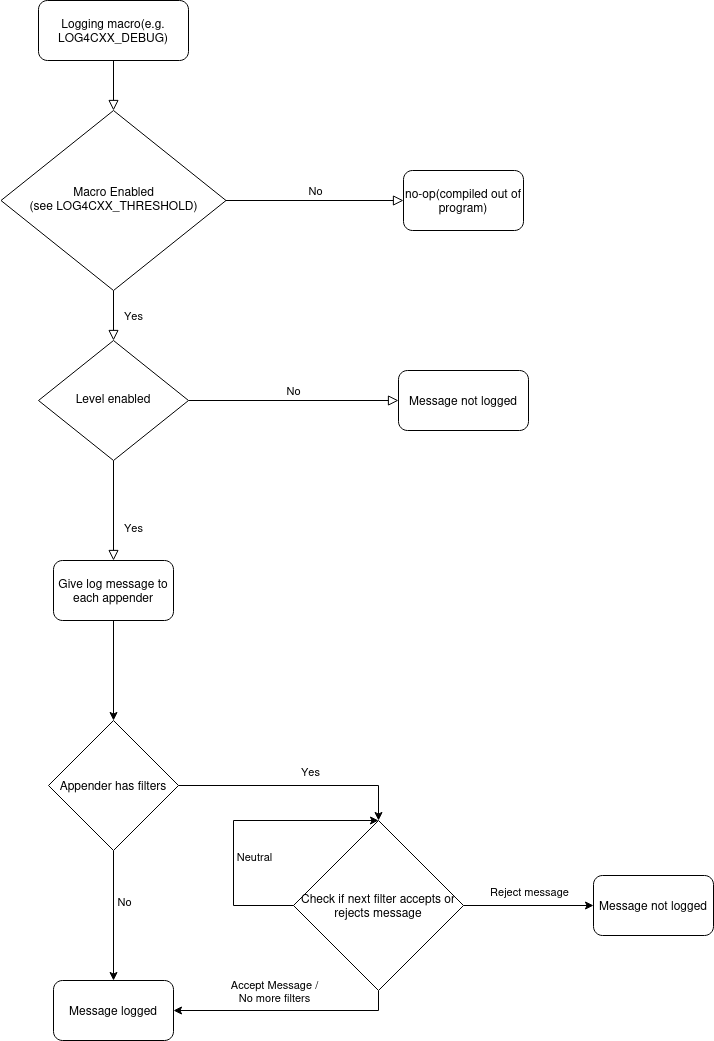
Before: src/site/images/log4cxx-flow.png, a diagram exported from draw.io (apache/logging-log4cxx). Source tidied: cells renumbered, new cells last; positions are measured from the earlier drawing's top-left corner, leaving out a move shared by most shapes.
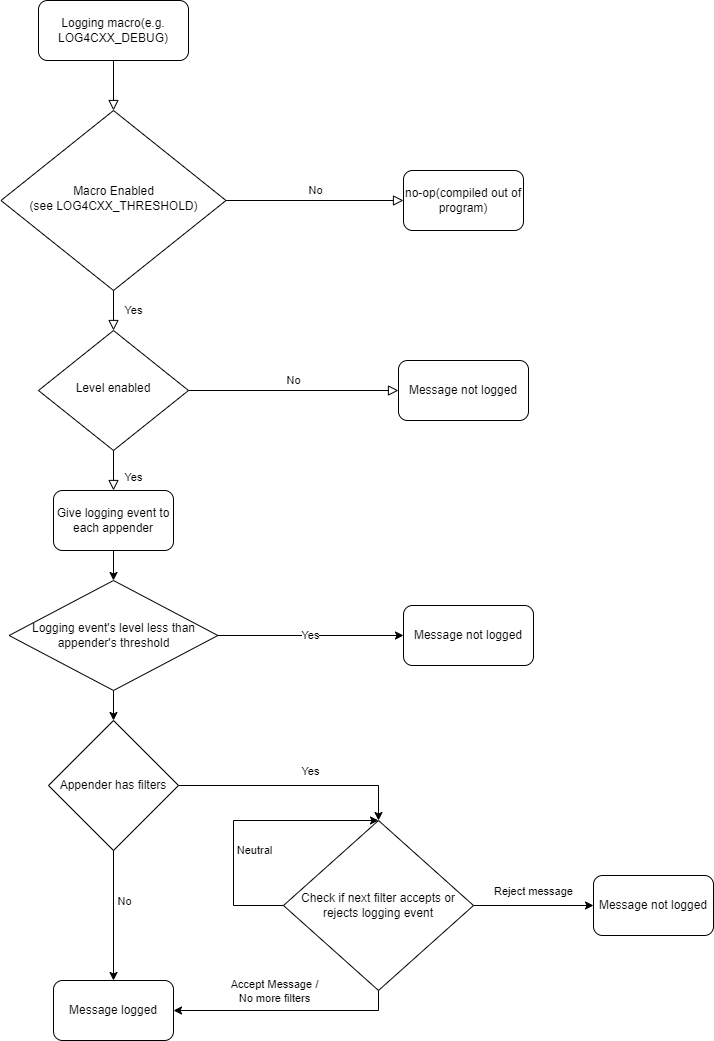
After the commit.

What changed in the source:
```diff
@@ -27,19 +27,19 @@
       <mxGeometry y="10" relative="1" as="geometry" />
     </mxCell>
     <mxCell id="10" value="&lt;div&gt;Level enabled&lt;/div&gt;" style="rhombus;whiteSpace=wrap;html=1;shadow=0;fontFamily=Helvetica;fontSize=12;align=center;strokeWidth=1;spacing=6;spacingTop=-4;" parent="1" vertex="1">
-      <mxGeometry x="37" y="340" width="150" height="120" as="geometry" />
+      <mxGeometry x="37" y="330" width="150" height="120" as="geometry" />
     </mxCell>
     <mxCell id="11" value="Message not logged" style="rounded=1;whiteSpace=wrap;html=1;fontSize=12;glass=0;strokeWidth=1;shadow=0;" parent="1" vertex="1">
-      <mxGeometry x="397" y="370" width="130" height="60" as="geometry" />
+      <mxGeometry x="397" y="360" width="130" height="60" as="geometry" />
     </mxCell>
     <mxCell id="12" value="Message logged" style="rounded=1;whiteSpace=wrap;html=1;" parent="1" vertex="1">
       <mxGeometry x="52" y="980" width="120" height="60" as="geometry" />
     </mxCell>
-    <mxCell id="13" style="edgeStyle=orthogonalEdgeStyle;rounded=0;jettySize=auto;html=1;exitX=0.5;exitY=1;exitDx=0;exitDy=0;entryX=0.5;entryY=0;entryDx=0;entryDy=0;" parent="1" edge="1" source="14" target="19">
+    <mxCell id="13" style="edgeStyle=orthogonalEdgeStyle;rounded=0;jettySize=auto;html=1;exitX=0.5;exitY=1;exitDx=0;exitDy=0;entryX=0.5;entryY=0;entryDx=0;entryDy=0;" parent="1" edge="1" source="31" target="19">
       <mxGeometry relative="1" as="geometry" />
     </mxCell>
-    <mxCell id="14" value="Give log message to each appender" style="rounded=1;whiteSpace=wrap;html=1;" parent="1" vertex="1">
-      <mxGeometry x="52" y="560" width="120" height="60" as="geometry" />
+    <mxCell id="14" value="Give logging event to each appender" style="rounded=1;whiteSpace=wrap;html=1;" parent="1" vertex="1">
+      <mxGeometry x="52" y="490" width="120" height="60" as="geometry" />
     </mxCell>
     <mxCell id="15" style="edgeStyle=orthogonalEdgeStyle;rounded=0;jettySize=auto;html=1;exitX=0.5;exitY=1;exitDx=0;exitDy=0;entryX=0.5;entryY=0;entryDx=0;entryDy=0;" parent="1" edge="1" source="19" target="12">
       <mxGeometry relative="1" as="geometry" />
@@ -76,8 +76,8 @@
         <mxPoint x="-25" y="-18" as="offset" />
       </mxGeometry>
     </mxCell>
-    <mxCell id="24" value="Check if next filter accepts or rejects message" style="rhombus;whiteSpace=wrap;html=1;" parent="1" vertex="1">
-      <mxGeometry x="292" y="820" width="170" height="170" as="geometry" />
+    <mxCell id="24" value="Check if next filter accepts or rejects logging event" style="rhombus;whiteSpace=wrap;html=1;" parent="1" vertex="1">
+      <mxGeometry x="282" y="820" width="190" height="170" as="geometry" />
     </mxCell>
     <mxCell id="25" value="Message not logged" style="rounded=1;whiteSpace=wrap;html=1;" parent="1" vertex="1">
       <mxGeometry x="592" y="875" width="120" height="60" as="geometry" />
@@ -95,5 +95,17 @@
         <mxPoint x="16" as="offset" />
       </mxGeometry>
     </mxCell>
+    <mxCell id="28" value="Yes" style="edgeStyle=orthogonalEdgeStyle;rounded=0;jettySize=auto;html=1;exitX=1;exitY=0.5;exitDx=0;exitDy=0;" parent="1" edge="1" source="31" target="29">
+      <mxGeometry relative="1" as="geometry" />
+    </mxCell>
+    <mxCell id="29" value="Message not logged" style="rounded=1;whiteSpace=wrap;html=1;fontSize=12;glass=0;strokeWidth=1;shadow=0;" parent="1" vertex="1">
+      <mxGeometry x="402" y="605" width="130" height="60" as="geometry" />
+    </mxCell>
+    <mxCell id="30" style="edgeStyle=orthogonalEdgeStyle;rounded=0;jettySize=auto;html=1;exitX=0.5;exitY=1;exitDx=0;exitDy=0;entryX=0.5;entryY=0;entryDx=0;entryDy=0;" parent="1" edge="1" source="14" target="31">
+      <mxGeometry relative="1" as="geometry" />
+    </mxCell>
+    <mxCell id="31" value="Logging event's level less than appender's threshold" style="rhombus;whiteSpace=wrap;html=1;" parent="1" vertex="1">
+      <mxGeometry x="7.6" y="580" width="208.8" height="110" as="geometry" />
+    </mxCell>
   </root>
 </mxGraphModel>
```
